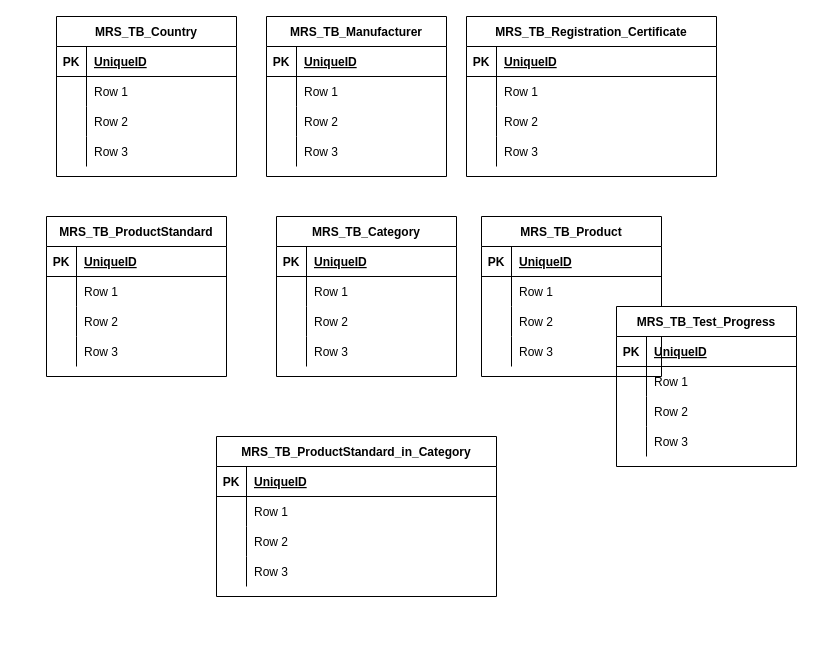
Earlier version of the draw.io diagram Paper Diagram.drawio (iotrobot/socket). Source tidied: cells renumbered, new cells numbered last; positions are measured from the earlier drawing's top-left corner, leaving out a move shared by most shapes. Both pictures are drawn from the tidied source at 100%, with x=0, y=0 at pixel (46, 16).
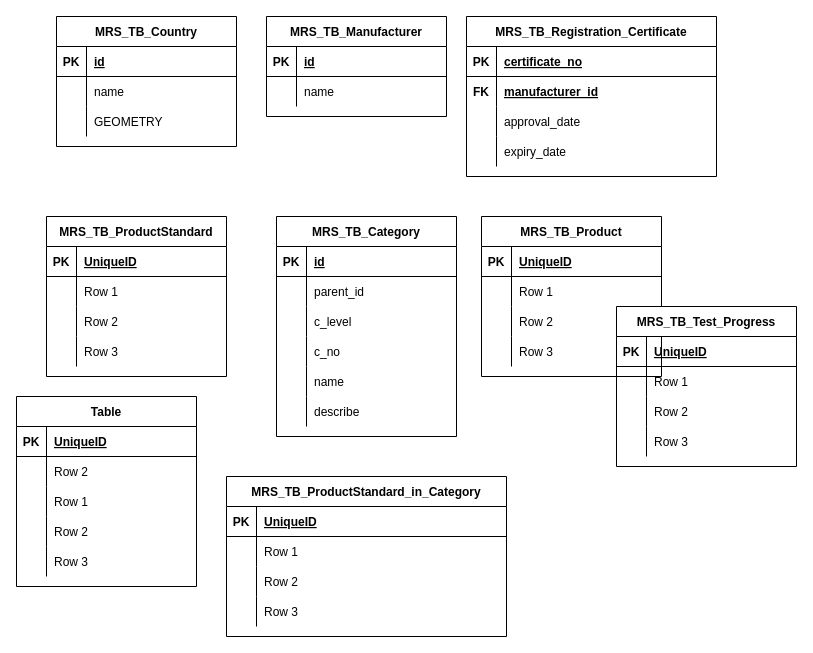
Above is the later version.

Unchanged cells that the change refers to:
```xml
<mxCell id="3" style="shape=tableRow;horizontal=0;startSize=0;swimlaneHead=0;swimlaneBody=0;fillColor=none;top=0;left=0;right=0;bottom=1;" parent="2" vertex="1">
  <mxGeometry y="30" width="180" height="30" as="geometry" />
</mxCell>
<mxCell id="6" style="shape=tableRow;horizontal=0;startSize=0;swimlaneHead=0;swimlaneBody=0;fillColor=none;top=0;left=0;right=0;bottom=0;" parent="2" vertex="1">
  <mxGeometry y="60" width="180" height="30" as="geometry" />
</mxCell>
<mxCell id="16" style="shape=tableRow;horizontal=0;startSize=0;swimlaneHead=0;swimlaneBody=0;fillColor=none;top=0;left=0;right=0;bottom=1;" parent="15" vertex="1">
  <mxGeometry y="30" width="180" height="30" as="geometry" />
</mxCell>
<mxCell id="19" style="shape=tableRow;horizontal=0;startSize=0;swimlaneHead=0;swimlaneBody=0;fillColor=none;top=0;left=0;right=0;bottom=0;" parent="15" vertex="1">
  <mxGeometry y="60" width="180" height="30" as="geometry" />
</mxCell>
<mxCell id="29" style="shape=tableRow;horizontal=0;startSize=0;swimlaneHead=0;swimlaneBody=0;fillColor=none;top=0;left=0;right=0;bottom=1;" parent="28" vertex="1">
  <mxGeometry y="30" width="250" height="30" as="geometry" />
</mxCell>
<mxCell id="32" style="shape=tableRow;horizontal=0;startSize=0;swimlaneHead=0;swimlaneBody=0;fillColor=none;top=0;left=0;right=0;bottom=0;" parent="28" vertex="1">
  <mxGeometry y="60" width="250" height="30" as="geometry" />
</mxCell>
<mxCell id="35" style="shape=tableRow;horizontal=0;startSize=0;swimlaneHead=0;swimlaneBody=0;fillColor=none;top=0;left=0;right=0;bottom=0;" parent="28" vertex="1">
  <mxGeometry y="90" width="250" height="30" as="geometry" />
</mxCell>
<mxCell id="38" style="shape=tableRow;horizontal=0;startSize=0;swimlaneHead=0;swimlaneBody=0;fillColor=none;top=0;left=0;right=0;bottom=0;" parent="28" vertex="1">
  <mxGeometry y="120" width="250" height="30" as="geometry" />
</mxCell>
<mxCell id="42" style="shape=tableRow;horizontal=0;startSize=0;swimlaneHead=0;swimlaneBody=0;fillColor=none;top=0;left=0;right=0;bottom=1;" parent="41" vertex="1">
  <mxGeometry y="30" width="180" height="30" as="geometry" />
</mxCell>
<mxCell id="45" style="shape=tableRow;horizontal=0;startSize=0;swimlaneHead=0;swimlaneBody=0;fillColor=none;top=0;left=0;right=0;bottom=0;" parent="41" vertex="1">
  <mxGeometry y="60" width="180" height="30" as="geometry" />
</mxCell>
<mxCell id="48" style="shape=tableRow;horizontal=0;startSize=0;swimlaneHead=0;swimlaneBody=0;fillColor=none;top=0;left=0;right=0;bottom=0;" parent="41" vertex="1">
  <mxGeometry y="90" width="180" height="30" as="geometry" />
</mxCell>
<mxCell id="51" style="shape=tableRow;horizontal=0;startSize=0;swimlaneHead=0;swimlaneBody=0;fillColor=none;top=0;left=0;right=0;bottom=0;" parent="41" vertex="1">
  <mxGeometry y="120" width="180" height="30" as="geometry" />
</mxCell>
```

What changed in the source:
```diff
@@
     <mxCell id="2" value="MRS_TB_Country" style="shape=table;startSize=30;childLayout=tableLayout;rowLines=0;fontStyle=1;align=center;" parent="1" vertex="1">
-      <mxGeometry x="10" width="180" height="160" as="geometry" />
+      <mxGeometry x="10" width="180" height="130" as="geometry" />
     </mxCell>
@@
-    <mxCell id="5" value="UniqueID" style="shape=partialRectangle;fillColor=none;top=0;left=0;bottom=0;right=0;align=left;spacingLeft=6;fontStyle=5;overflow=hidden;" parent="3" vertex="1">
+    <mxCell id="5" value="id" style="shape=partialRectangle;fillColor=none;top=0;left=0;bottom=0;right=0;align=left;spacingLeft=6;fontStyle=5;overflow=hidden;" parent="3" vertex="1">
       <mxGeometry x="30" width="150" height="30" as="geometry" />
     </mxCell>
@@
-    <mxCell id="8" value="Row 1" style="shape=partialRectangle;fillColor=none;top=0;left=0;bottom=0;right=0;align=left;spacingLeft=6;overflow=hidden;" parent="6" vertex="1">
+    <mxCell id="8" value="name" style="shape=partialRectangle;fillColor=none;top=0;left=0;bottom=0;right=0;align=left;spacingLeft=6;overflow=hidden;" parent="6" vertex="1">
       <mxGeometry x="30" width="150" height="30" as="geometry" />
     </mxCell>
-    <mxCell id="9" style="shape=tableRow;horizontal=0;startSize=0;swimlaneHead=0;swimlaneBody=0;fillColor=none;top=0;left=0;right=0;bottom=0;" parent="2" vertex="1">
-      <mxGeometry y="90" width="180" height="30" as="geometry" />
-    </mxCell>
-    <mxCell id="10" style="shape=partialRectangle;fillColor=none;top=0;left=0;bottom=0;right=0;overflow=hidden;" parent="9" vertex="1">
-      <mxGeometry width="30" height="30" as="geometry" />
-    </mxCell>
-    <mxCell id="11" value="Row 2" style="shape=partialRectangle;fillColor=none;top=0;left=0;bottom=0;right=0;align=left;spacingLeft=6;overflow=hidden;" parent="9" vertex="1">
-      <mxGeometry x="30" width="150" height="30" as="geometry" />
-    </mxCell>
     <mxCell id="12" style="shape=tableRow;horizontal=0;startSize=0;swimlaneHead=0;swimlaneBody=0;fillColor=none;top=0;left=0;right=0;bottom=0;" parent="2" vertex="1">
-      <mxGeometry y="120" width="180" height="30" as="geometry" />
+      <mxGeometry y="90" width="180" height="30" as="geometry" />
     </mxCell>
@@
-    <mxCell id="14" value="Row 3" style="shape=partialRectangle;fillColor=none;top=0;left=0;bottom=0;right=0;align=left;spacingLeft=6;overflow=hidden;" parent="12" vertex="1">
+    <mxCell id="14" value="GEOMETRY" style="shape=partialRectangle;fillColor=none;top=0;left=0;bottom=0;right=0;align=left;spacingLeft=6;overflow=hidden;" parent="12" vertex="1">
       <mxGeometry x="30" width="150" height="30" as="geometry" />
     </mxCell>
     <mxCell id="15" value="MRS_TB_Manufacturer" style="shape=table;startSize=30;childLayout=tableLayout;rowLines=0;fontStyle=1;align=center;" parent="1" vertex="1">
-      <mxGeometry x="220" width="180" height="160" as="geometry" />
+      <mxGeometry x="220" width="180" height="100" as="geometry" />
     </mxCell>
@@
-    <mxCell id="18" value="UniqueID" style="shape=partialRectangle;fillColor=none;top=0;left=0;bottom=0;right=0;align=left;spacingLeft=6;fontStyle=5;overflow=hidden;" parent="16" vertex="1">
+    <mxCell id="18" value="id" style="shape=partialRectangle;fillColor=none;top=0;left=0;bottom=0;right=0;align=left;spacingLeft=6;fontStyle=5;overflow=hidden;" parent="16" vertex="1">
       <mxGeometry x="30" width="150" height="30" as="geometry" />
     </mxCell>
@@
-    <mxCell id="21" value="Row 1" style="shape=partialRectangle;fillColor=none;top=0;left=0;bottom=0;right=0;align=left;spacingLeft=6;overflow=hidden;" parent="19" vertex="1">
+    <mxCell id="21" value="name" style="shape=partialRectangle;fillColor=none;top=0;left=0;bottom=0;right=0;align=left;spacingLeft=6;overflow=hidden;" parent="19" vertex="1">
       <mxGeometry x="30" width="150" height="30" as="geometry" />
     </mxCell>
-    <mxCell id="22" style="shape=tableRow;horizontal=0;startSize=0;swimlaneHead=0;swimlaneBody=0;fillColor=none;top=0;left=0;right=0;bottom=0;" parent="15" vertex="1">
-      <mxGeometry y="90" width="180" height="30" as="geometry" />
-    </mxCell>
-    <mxCell id="23" style="shape=partialRectangle;fillColor=none;top=0;left=0;bottom=0;right=0;overflow=hidden;" parent="22" vertex="1">
-      <mxGeometry width="30" height="30" as="geometry" />
-    </mxCell>
-    <mxCell id="24" value="Row 2" style="shape=partialRectangle;fillColor=none;top=0;left=0;bottom=0;right=0;align=left;spacingLeft=6;overflow=hidden;" parent="22" vertex="1">
-      <mxGeometry x="30" width="150" height="30" as="geometry" />
-    </mxCell>
-    <mxCell id="25" style="shape=tableRow;horizontal=0;startSize=0;swimlaneHead=0;swimlaneBody=0;fillColor=none;top=0;left=0;right=0;bottom=0;" parent="15" vertex="1">
-      <mxGeometry y="120" width="180" height="30" as="geometry" />
-    </mxCell>
-    <mxCell id="26" style="shape=partialRectangle;fillColor=none;top=0;left=0;bottom=0;right=0;overflow=hidden;" parent="25" vertex="1">
-      <mxGeometry width="30" height="30" as="geometry" />
-    </mxCell>
-    <mxCell id="27" value="Row 3" style="shape=partialRectangle;fillColor=none;top=0;left=0;bottom=0;right=0;align=left;spacingLeft=6;overflow=hidden;" parent="25" vertex="1">
-      <mxGeometry x="30" width="150" height="30" as="geometry" />
-    </mxCell>
@@
-    <mxCell id="31" value="UniqueID" style="shape=partialRectangle;fillColor=none;top=0;left=0;bottom=0;right=0;align=left;spacingLeft=6;fontStyle=5;overflow=hidden;" parent="29" vertex="1">
+    <mxCell id="31" value="certificate_no" style="shape=partialRectangle;fillColor=none;top=0;left=0;bottom=0;right=0;align=left;spacingLeft=6;fontStyle=5;overflow=hidden;" parent="29" vertex="1">
       <mxGeometry x="30" width="220" height="30" as="geometry" />
     </mxCell>
@@
-    <mxCell id="33" style="shape=partialRectangle;fillColor=none;top=0;left=0;bottom=0;right=0;overflow=hidden;" parent="32" vertex="1">
+    <mxCell id="33" value="FK" style="shape=partialRectangle;fillColor=none;top=0;left=0;bottom=0;right=0;overflow=hidden;fontStyle=1;" parent="32" vertex="1">
       <mxGeometry width="30" height="30" as="geometry" />
     </mxCell>
-    <mxCell id="34" value="Row 1" style="shape=partialRectangle;fillColor=none;top=0;left=0;bottom=0;right=0;align=left;spacingLeft=6;overflow=hidden;" parent="32" vertex="1">
+    <mxCell id="34" value="manufacturer_id" style="shape=partialRectangle;fillColor=none;top=0;left=0;bottom=0;right=0;align=left;spacingLeft=6;overflow=hidden;fontStyle=5;" parent="32" vertex="1">
       <mxGeometry x="30" width="220" height="30" as="geometry" />
     </mxCell>
@@
-    <mxCell id="37" value="Row 2" style="shape=partialRectangle;fillColor=none;top=0;left=0;bottom=0;right=0;align=left;spacingLeft=6;overflow=hidden;" parent="35" vertex="1">
+    <mxCell id="37" value="approval_date" style="shape=partialRectangle;fillColor=none;top=0;left=0;bottom=0;right=0;align=left;spacingLeft=6;overflow=hidden;" parent="35" vertex="1">
       <mxGeometry x="30" width="220" height="30" as="geometry" />
     </mxCell>
@@
-    <mxCell id="40" value="Row 3" style="shape=partialRectangle;fillColor=none;top=0;left=0;bottom=0;right=0;align=left;spacingLeft=6;overflow=hidden;" parent="38" vertex="1">
+    <mxCell id="40" value="expiry_date" style="shape=partialRectangle;fillColor=none;top=0;left=0;bottom=0;right=0;align=left;spacingLeft=6;overflow=hidden;" parent="38" vertex="1">
       <mxGeometry x="30" width="220" height="30" as="geometry" />
     </mxCell>
     <mxCell id="41" value="MRS_TB_Category" style="shape=table;startSize=30;childLayout=tableLayout;rowLines=0;fontStyle=1;align=center;" parent="1" vertex="1">
-      <mxGeometry x="230" y="200" width="180" height="160" as="geometry" />
+      <mxGeometry x="230" y="200" width="180" height="220" as="geometry" />
     </mxCell>
@@
-    <mxCell id="44" value="UniqueID" style="shape=partialRectangle;fillColor=none;top=0;left=0;bottom=0;right=0;align=left;spacingLeft=6;fontStyle=5;overflow=hidden;" parent="42" vertex="1">
+    <mxCell id="44" value="id" style="shape=partialRectangle;fillColor=none;top=0;left=0;bottom=0;right=0;align=left;spacingLeft=6;fontStyle=5;overflow=hidden;" parent="42" vertex="1">
       <mxGeometry x="30" width="150" height="30" as="geometry" />
     </mxCell>
@@
-    <mxCell id="47" value="Row 1" style="shape=partialRectangle;fillColor=none;top=0;left=0;bottom=0;right=0;align=left;spacingLeft=6;overflow=hidden;" parent="45" vertex="1">
+    <mxCell id="47" value="parent_id" style="shape=partialRectangle;fillColor=none;top=0;left=0;bottom=0;right=0;align=left;spacingLeft=6;overflow=hidden;" parent="45" vertex="1">
       <mxGeometry x="30" width="150" height="30" as="geometry" />
     </mxCell>
@@
-    <mxCell id="50" value="Row 2" style="shape=partialRectangle;fillColor=none;top=0;left=0;bottom=0;right=0;align=left;spacingLeft=6;overflow=hidden;" parent="48" vertex="1">
+    <mxCell id="50" value="c_level" style="shape=partialRectangle;fillColor=none;top=0;left=0;bottom=0;right=0;align=left;spacingLeft=6;overflow=hidden;" parent="48" vertex="1">
       <mxGeometry x="30" width="150" height="30" as="geometry" />
     </mxCell>
@@
-    <mxCell id="53" value="Row 3" style="shape=partialRectangle;fillColor=none;top=0;left=0;bottom=0;right=0;align=left;spacingLeft=6;overflow=hidden;" parent="51" vertex="1">
+    <mxCell id="53" value="c_no" style="shape=partialRectangle;fillColor=none;top=0;left=0;bottom=0;right=0;align=left;spacingLeft=6;overflow=hidden;" parent="51" vertex="1">
       <mxGeometry x="30" width="150" height="30" as="geometry" />
     </mxCell>
+    <mxCell id="22" style="shape=tableRow;horizontal=0;startSize=0;swimlaneHead=0;swimlaneBody=0;fillColor=none;top=0;left=0;right=0;bottom=0;" parent="41" vertex="1">
+      <mxGeometry y="150" width="180" height="30" as="geometry" />
+    </mxCell>
+    <mxCell id="23" style="shape=partialRectangle;fillColor=none;top=0;left=0;bottom=0;right=0;overflow=hidden;" parent="22" vertex="1">
+      <mxGeometry width="30" height="30" as="geometry" />
+    </mxCell>
+    <mxCell id="24" value="name" style="shape=partialRectangle;fillColor=none;top=0;left=0;bottom=0;right=0;align=left;spacingLeft=6;overflow=hidden;" parent="22" vertex="1">
+      <mxGeometry x="30" width="150" height="30" as="geometry" />
+    </mxCell>
+    <mxCell id="25" style="shape=tableRow;horizontal=0;startSize=0;swimlaneHead=0;swimlaneBody=0;fillColor=none;top=0;left=0;right=0;bottom=0;" parent="41" vertex="1">
+      <mxGeometry y="180" width="180" height="30" as="geometry" />
+    </mxCell>
+    <mxCell id="26" style="shape=partialRectangle;fillColor=none;top=0;left=0;bottom=0;right=0;overflow=hidden;" parent="25" vertex="1">
+      <mxGeometry width="30" height="30" as="geometry" />
+    </mxCell>
+    <mxCell id="27" value="describe" style="shape=partialRectangle;fillColor=none;top=0;left=0;bottom=0;right=0;align=left;spacingLeft=6;overflow=hidden;" parent="25" vertex="1">
+      <mxGeometry x="30" width="150" height="30" as="geometry" />
+    </mxCell>
@@
     <mxCell id="93" value="MRS_TB_ProductStandard_in_Category" style="shape=table;startSize=30;childLayout=tableLayout;rowLines=0;fontStyle=1;align=center;" parent="1" vertex="1">
-      <mxGeometry x="170" y="420" width="280" height="160" as="geometry" />
+      <mxGeometry x="180" y="460" width="280" height="160" as="geometry" />
     </mxCell>
@@
+    <mxCell id="106" value="Table" style="shape=table;startSize=30;childLayout=tableLayout;rowLines=0;fontStyle=1;align=center;" parent="1" vertex="1">
+      <mxGeometry x="-30" y="380" width="180" height="190" as="geometry" />
+    </mxCell>
+    <mxCell id="107" style="shape=tableRow;horizontal=0;startSize=0;swimlaneHead=0;swimlaneBody=0;fillColor=none;top=0;left=0;right=0;bottom=1;" parent="106" vertex="1">
+      <mxGeometry y="30" width="180" height="30" as="geometry" />
+    </mxCell>
+    <mxCell id="108" value="PK" style="shape=partialRectangle;fillColor=none;top=0;left=0;bottom=0;right=0;fontStyle=1;overflow=hidden;" parent="107" vertex="1">
+      <mxGeometry width="30" height="30" as="geometry" />
+    </mxCell>
+    <mxCell id="109" value="UniqueID" style="shape=partialRectangle;fillColor=none;top=0;left=0;bottom=0;right=0;align=left;spacingLeft=6;fontStyle=5;overflow=hidden;" parent="107" vertex="1">
+      <mxGeometry x="30" width="150" height="30" as="geometry" />
+    </mxCell>
+    <mxCell id="9" style="shape=tableRow;horizontal=0;startSize=0;swimlaneHead=0;swimlaneBody=0;fillColor=none;top=0;left=0;right=0;bottom=0;" parent="106" vertex="1">
+      <mxGeometry y="60" width="180" height="30" as="geometry" />
+    </mxCell>
+    <mxCell id="10" style="shape=partialRectangle;fillColor=none;top=0;left=0;bottom=0;right=0;overflow=hidden;" parent="9" vertex="1">
+      <mxGeometry width="30" height="30" as="geometry" />
+    </mxCell>
+    <mxCell id="11" value="Row 2" style="shape=partialRectangle;fillColor=none;top=0;left=0;bottom=0;right=0;align=left;spacingLeft=6;overflow=hidden;" parent="9" vertex="1">
+      <mxGeometry x="30" width="150" height="30" as="geometry" />
+    </mxCell>
+    <mxCell id="110" style="shape=tableRow;horizontal=0;startSize=0;swimlaneHead=0;swimlaneBody=0;fillColor=none;top=0;left=0;right=0;bottom=0;" parent="106" vertex="1">
+      <mxGeometry y="90" width="180" height="30" as="geometry" />
+    </mxCell>
+    <mxCell id="111" style="shape=partialRectangle;fillColor=none;top=0;left=0;bottom=0;right=0;overflow=hidden;" parent="110" vertex="1">
+      <mxGeometry width="30" height="30" as="geometry" />
+    </mxCell>
+    <mxCell id="112" value="Row 1" style="shape=partialRectangle;fillColor=none;top=0;left=0;bottom=0;right=0;align=left;spacingLeft=6;overflow=hidden;" parent="110" vertex="1">
+      <mxGeometry x="30" width="150" height="30" as="geometry" />
+    </mxCell>
+    <mxCell id="113" style="shape=tableRow;horizontal=0;startSize=0;swimlaneHead=0;swimlaneBody=0;fillColor=none;top=0;left=0;right=0;bottom=0;" parent="106" vertex="1">
+      <mxGeometry y="120" width="180" height="30" as="geometry" />
+    </mxCell>
+    <mxCell id="114" style="shape=partialRectangle;fillColor=none;top=0;left=0;bottom=0;right=0;overflow=hidden;" parent="113" vertex="1">
+      <mxGeometry width="30" height="30" as="geometry" />
+    </mxCell>
+    <mxCell id="115" value="Row 2" style="shape=partialRectangle;fillColor=none;top=0;left=0;bottom=0;right=0;align=left;spacingLeft=6;overflow=hidden;" parent="113" vertex="1">
+      <mxGeometry x="30" width="150" height="30" as="geometry" />
+    </mxCell>
+    <mxCell id="116" style="shape=tableRow;horizontal=0;startSize=0;swimlaneHead=0;swimlaneBody=0;fillColor=none;top=0;left=0;right=0;bottom=0;" parent="106" vertex="1">
+      <mxGeometry y="150" width="180" height="30" as="geometry" />
+    </mxCell>
+    <mxCell id="117" style="shape=partialRectangle;fillColor=none;top=0;left=0;bottom=0;right=0;overflow=hidden;" parent="116" vertex="1">
+      <mxGeometry width="30" height="30" as="geometry" />
+    </mxCell>
+    <mxCell id="118" value="Row 3" style="shape=partialRectangle;fillColor=none;top=0;left=0;bottom=0;right=0;align=left;spacingLeft=6;overflow=hidden;" parent="116" vertex="1">
+      <mxGeometry x="30" width="150" height="30" as="geometry" />
+    </mxCell>
```
